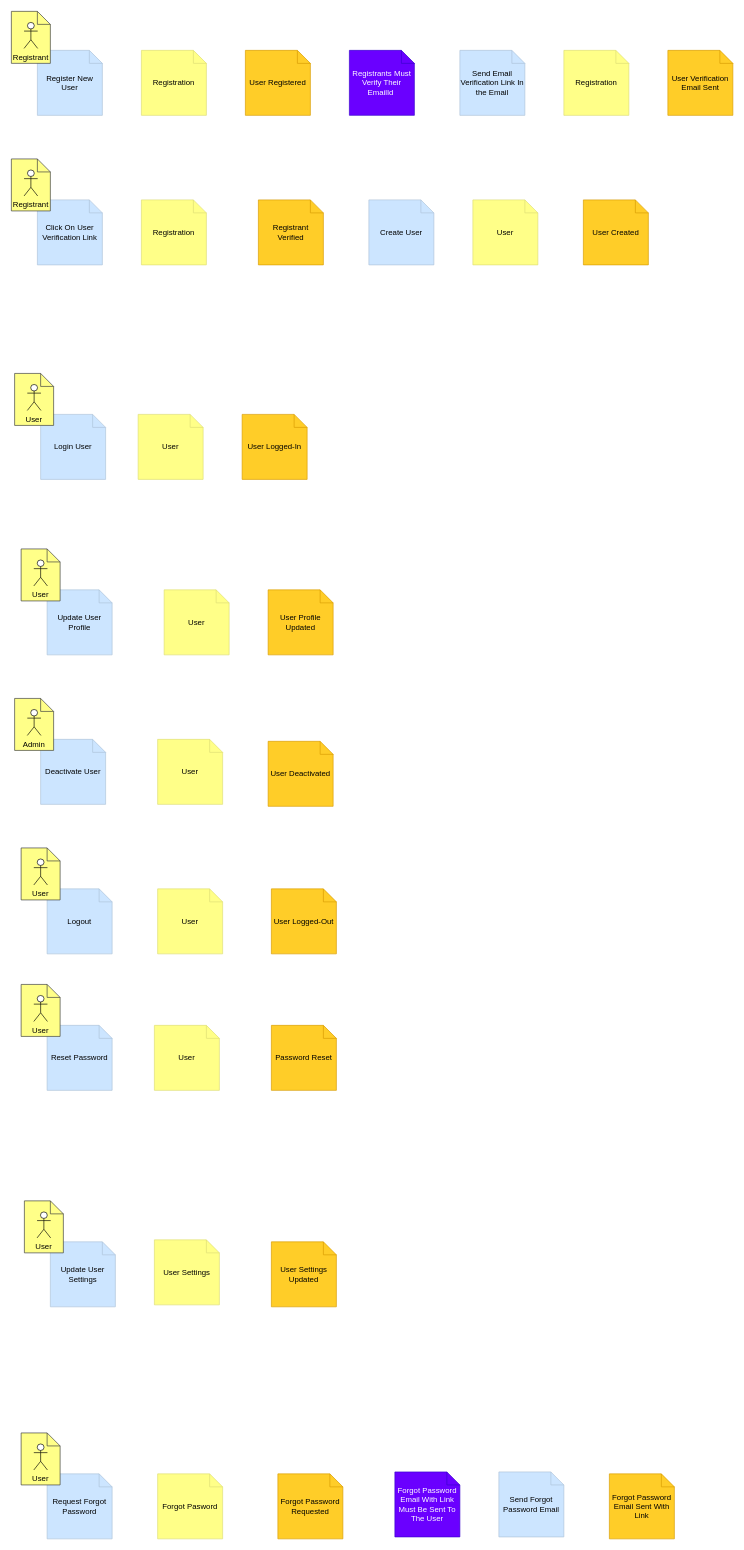
Above: page "IdentityAccess-DesignLevelEventStorming-Arranged" (4 of 4) of design/EventStorming.drawio in codefinity/oeuvre (draw.io), before the change. Source tidied: cells renumbered, new cells numbered last; positions are measured from the earlier drawing's top-left corner, leaving out a move shared by most shapes. Both pictures are drawn from the tidied source at 65%, with x=0, y=0 at pixel (11, 11).
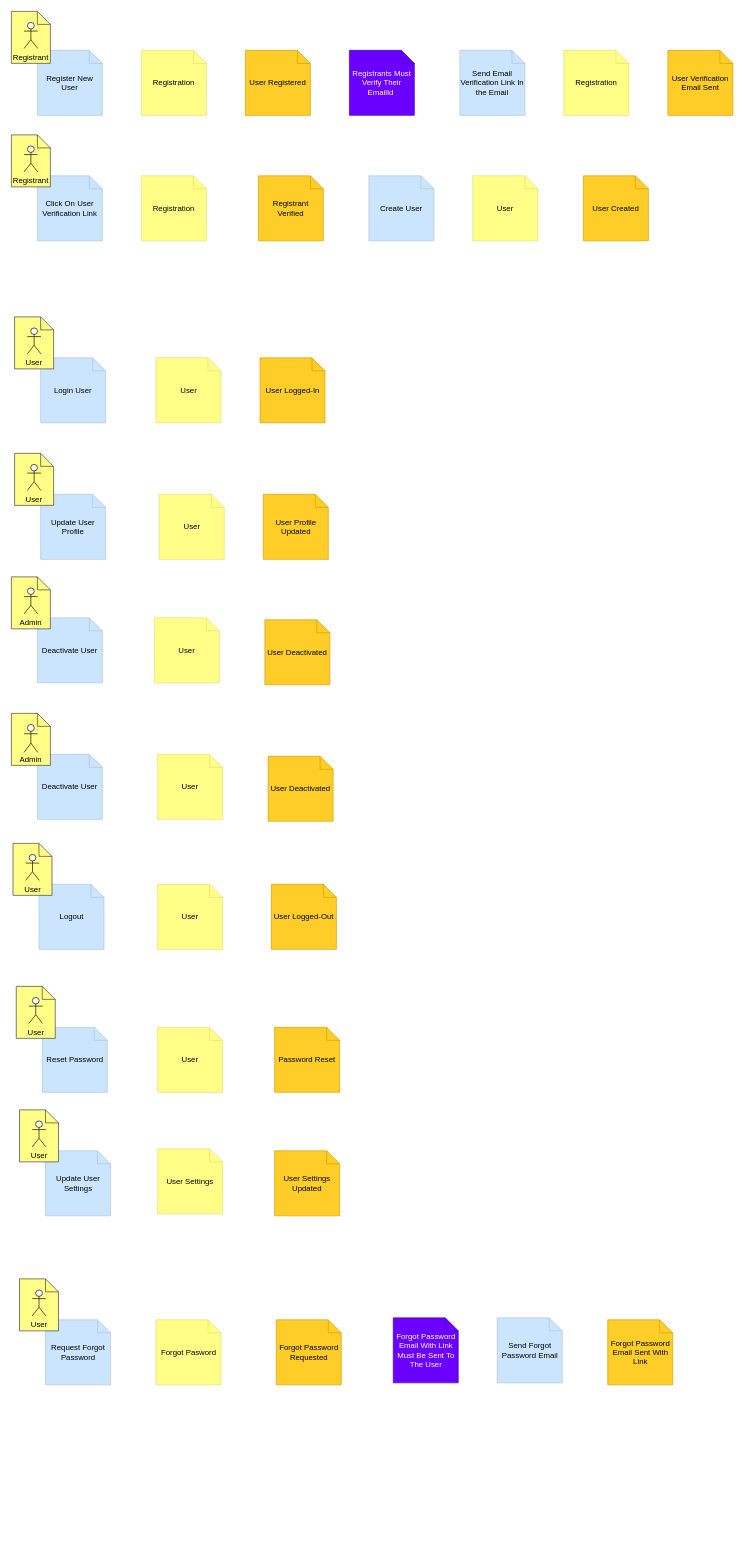
Above is the later version.

What changed in the source:
```diff
@@
     <mxCell id="4" value="Registrant Verified" style="shape=note;size=20;whiteSpace=wrap;html=1;fillColor=#ffcd28;strokeColor=#d79b00;" parent="1" vertex="1">
-      <mxGeometry x="380" y="290" width="100" height="100" as="geometry" />
+      <mxGeometry x="380" y="253" width="100" height="100" as="geometry" />
     </mxCell>
     <mxCell id="5" value="User Logged-In" style="shape=note;size=20;whiteSpace=wrap;html=1;fillColor=#ffcd28;strokeColor=#d79b00;" parent="1" vertex="1">
-      <mxGeometry x="355" y="620" width="100" height="100" as="geometry" />
+      <mxGeometry x="382.5" y="533" width="100" height="100" as="geometry" />
     </mxCell>
     <mxCell id="6" value="User Profile Updated" style="shape=note;size=20;whiteSpace=wrap;html=1;fillColor=#ffcd28;strokeColor=#d79b00;" parent="1" vertex="1">
-      <mxGeometry x="395" y="890" width="100" height="100" as="geometry" />
+      <mxGeometry x="387.5" y="743" width="100" height="100" as="geometry" />
     </mxCell>
     <mxCell id="7" value="User Settings Updated" style="shape=note;size=20;whiteSpace=wrap;html=1;fillColor=#ffcd28;strokeColor=#d79b00;" parent="1" vertex="1">
-      <mxGeometry x="400" y="1893" width="100" height="100" as="geometry" />
+      <mxGeometry x="405" y="1753" width="100" height="100" as="geometry" />
     </mxCell>
     <mxCell id="8" value="User Deactivated" style="shape=note;size=20;whiteSpace=wrap;html=1;fillColor=#ffcd28;strokeColor=#d79b00;" parent="1" vertex="1">
-      <mxGeometry x="395" y="1123" width="100" height="100" as="geometry" />
+      <mxGeometry x="390" y="936" width="100" height="100" as="geometry" />
     </mxCell>
     <mxCell id="9" value="Forgot Password Requested" style="shape=note;size=20;whiteSpace=wrap;html=1;fillColor=#ffcd28;strokeColor=#d79b00;" parent="1" vertex="1">
-      <mxGeometry x="410" y="2250" width="100" height="100" as="geometry" />
+      <mxGeometry x="407.5" y="2013" width="100" height="100" as="geometry" />
     </mxCell>
     <mxCell id="10" value="Forgot Password Email Sent With Link" style="shape=note;size=20;whiteSpace=wrap;html=1;fillColor=#ffcd28;strokeColor=#d79b00;" parent="1" vertex="1">
-      <mxGeometry x="920" y="2250" width="100" height="100" as="geometry" />
+      <mxGeometry x="917.5" y="2013" width="100" height="100" as="geometry" />
     </mxCell>
     <mxCell id="11" value="Password Reset" style="shape=note;size=20;whiteSpace=wrap;html=1;fillColor=#ffcd28;strokeColor=#d79b00;" parent="1" vertex="1">
-      <mxGeometry x="400" y="1560" width="100" height="100" as="geometry" />
+      <mxGeometry x="405" y="1563" width="100" height="100" as="geometry" />
     </mxCell>
@@
     <mxCell id="21" value="Click On User Verification Link" style="shape=note;size=20;whiteSpace=wrap;html=1;fillColor=#cce5ff;strokeColor=#ADC3D9;" parent="1" vertex="1">
-      <mxGeometry x="40" y="290" width="100" height="100" as="geometry" />
+      <mxGeometry x="40" y="253" width="100" height="100" as="geometry" />
     </mxCell>
     <mxCell id="22" style="group;fontStyle=0;" parent="1" vertex="1">
-      <mxGeometry y="227" width="60" height="80" as="geometry" />
+      <mxGeometry y="190" width="60" height="80" as="geometry" />
     </mxCell>
@@
     <mxCell id="26" value="Registration" style="shape=note;size=20;whiteSpace=wrap;html=1;fillColor=#ffff88;strokeColor=#DEDE76;" parent="1" vertex="1">
-      <mxGeometry x="200" y="290" width="100" height="100" as="geometry" />
+      <mxGeometry x="200" y="253" width="100" height="100" as="geometry" />
     </mxCell>
     <mxCell id="27" value="Create User" style="shape=note;size=20;whiteSpace=wrap;html=1;fillColor=#cce5ff;strokeColor=#ADC3D9;" parent="1" vertex="1">
-      <mxGeometry x="550" y="290" width="100" height="100" as="geometry" />
+      <mxGeometry x="550" y="253" width="100" height="100" as="geometry" />
     </mxCell>
     <mxCell id="28" value="User Created" style="shape=note;size=20;whiteSpace=wrap;html=1;fillColor=#ffcd28;strokeColor=#d79b00;" parent="1" vertex="1">
-      <mxGeometry x="880" y="290" width="100" height="100" as="geometry" />
+      <mxGeometry x="880" y="253" width="100" height="100" as="geometry" />
     </mxCell>
     <mxCell id="29" value="Login User" style="shape=note;size=20;whiteSpace=wrap;html=1;fillColor=#cce5ff;strokeColor=#ADC3D9;" parent="1" vertex="1">
-      <mxGeometry x="45" y="620" width="100" height="100" as="geometry" />
+      <mxGeometry x="45" y="533" width="100" height="100" as="geometry" />
     </mxCell>
     <mxCell id="30" style="group;fontStyle=0;" parent="1" vertex="1">
-      <mxGeometry x="5" y="557" width="60" height="80" as="geometry" />
+      <mxGeometry x="5" y="470" width="60" height="80" as="geometry" />
     </mxCell>
@@
     <mxCell id="34" value="User" style="shape=note;size=20;whiteSpace=wrap;html=1;fillColor=#ffff88;strokeColor=#DEDE76;" parent="1" vertex="1">
-      <mxGeometry x="710" y="290" width="100" height="100" as="geometry" />
+      <mxGeometry x="710" y="253" width="100" height="100" as="geometry" />
     </mxCell>
     <mxCell id="35" value="User" style="shape=note;size=20;whiteSpace=wrap;html=1;fillColor=#ffff88;strokeColor=#DEDE76;" parent="1" vertex="1">
-      <mxGeometry x="195" y="620" width="100" height="100" as="geometry" />
+      <mxGeometry x="222.5" y="533" width="100" height="100" as="geometry" />
     </mxCell>
     <mxCell id="36" value="User Logged-Out" style="shape=note;size=20;whiteSpace=wrap;html=1;fillColor=#ffcd28;strokeColor=#d79b00;" parent="1" vertex="1">
-      <mxGeometry x="400" y="1350" width="100" height="100" as="geometry" />
+      <mxGeometry x="400" y="1343" width="100" height="100" as="geometry" />
     </mxCell>
     <mxCell id="37" value="Logout" style="shape=note;size=20;whiteSpace=wrap;html=1;fillColor=#cce5ff;strokeColor=#ADC3D9;" parent="1" vertex="1">
-      <mxGeometry x="55" y="1350" width="100" height="100" as="geometry" />
+      <mxGeometry x="42.5" y="1343" width="100" height="100" as="geometry" />
     </mxCell>
     <mxCell id="38" style="group;fontStyle=0;" parent="1" vertex="1">
-      <mxGeometry x="15" y="1287" width="60" height="80" as="geometry" />
+      <mxGeometry x="2.5" y="1280" width="60" height="80" as="geometry" />
     </mxCell>
@@
     <mxCell id="42" value="User" style="shape=note;size=20;whiteSpace=wrap;html=1;fillColor=#ffff88;strokeColor=#DEDE76;" parent="1" vertex="1">
-      <mxGeometry x="225" y="1350" width="100" height="100" as="geometry" />
+      <mxGeometry x="225" y="1343" width="100" height="100" as="geometry" />
     </mxCell>
     <mxCell id="43" value="Update User Profile" style="shape=note;size=20;whiteSpace=wrap;html=1;fillColor=#cce5ff;strokeColor=#ADC3D9;" parent="1" vertex="1">
-      <mxGeometry x="55" y="890" width="100" height="100" as="geometry" />
+      <mxGeometry x="45" y="743" width="100" height="100" as="geometry" />
     </mxCell>
     <mxCell id="44" style="group;fontStyle=0;" parent="1" vertex="1">
-      <mxGeometry x="15" y="827" width="60" height="80" as="geometry" />
+      <mxGeometry x="5" y="680" width="60" height="80" as="geometry" />
     </mxCell>
@@
     <mxCell id="48" value="User" style="shape=note;size=20;whiteSpace=wrap;html=1;fillColor=#ffff88;strokeColor=#DEDE76;" parent="1" vertex="1">
-      <mxGeometry x="235" y="890" width="100" height="100" as="geometry" />
+      <mxGeometry x="227.5" y="743" width="100" height="100" as="geometry" />
     </mxCell>
     <mxCell id="49" value="Update User Settings" style="shape=note;size=20;whiteSpace=wrap;html=1;fillColor=#cce5ff;strokeColor=#ADC3D9;" parent="1" vertex="1">
-      <mxGeometry x="60" y="1893" width="100" height="100" as="geometry" />
+      <mxGeometry x="52.5" y="1753" width="100" height="100" as="geometry" />
     </mxCell>
     <mxCell id="50" style="group;fontStyle=0;" parent="1" vertex="1">
-      <mxGeometry x="20" y="1830" width="60" height="80" as="geometry" />
+      <mxGeometry x="12.5" y="1690" width="60" height="80" as="geometry" />
     </mxCell>
@@
     <mxCell id="54" value="User Settings" style="shape=note;size=20;whiteSpace=wrap;html=1;fillColor=#ffff88;strokeColor=#DEDE76;" parent="1" vertex="1">
-      <mxGeometry x="220" y="1890" width="100" height="100" as="geometry" />
+      <mxGeometry x="225" y="1750" width="100" height="100" as="geometry" />
     </mxCell>
     <mxCell id="55" value="Deactivate User" style="shape=note;size=20;whiteSpace=wrap;html=1;fillColor=#cce5ff;strokeColor=#ADC3D9;" parent="1" vertex="1">
-      <mxGeometry x="45" y="1120" width="100" height="100" as="geometry" />
+      <mxGeometry x="40" y="933" width="100" height="100" as="geometry" />
     </mxCell>
     <mxCell id="56" style="group;fontStyle=0;" parent="1" vertex="1">
-      <mxGeometry x="5" y="1057" width="60" height="80" as="geometry" />
+      <mxGeometry y="870" width="60" height="80" as="geometry" />
     </mxCell>
@@
     <mxCell id="60" value="User" style="shape=note;size=20;whiteSpace=wrap;html=1;fillColor=#ffff88;strokeColor=#DEDE76;" parent="1" vertex="1">
-      <mxGeometry x="225" y="1120" width="100" height="100" as="geometry" />
+      <mxGeometry x="220" y="933" width="100" height="100" as="geometry" />
     </mxCell>
     <mxCell id="61" value="Request Forgot Password" style="shape=note;size=20;whiteSpace=wrap;html=1;fillColor=#cce5ff;strokeColor=#ADC3D9;" parent="1" vertex="1">
-      <mxGeometry x="55" y="2250" width="100" height="100" as="geometry" />
+      <mxGeometry x="52.5" y="2013" width="100" height="100" as="geometry" />
     </mxCell>
     <mxCell id="62" style="group;fontStyle=0;" parent="1" vertex="1">
-      <mxGeometry x="15" y="2187" width="60" height="80" as="geometry" />
+      <mxGeometry x="12.5" y="1950" width="60" height="80" as="geometry" />
     </mxCell>
@@
     <mxCell id="66" value="Forgot Pasword" style="shape=note;size=20;whiteSpace=wrap;html=1;fillColor=#ffff88;strokeColor=#DEDE76;" parent="1" vertex="1">
-      <mxGeometry x="225" y="2250" width="100" height="100" as="geometry" />
+      <mxGeometry x="222.5" y="2013" width="100" height="100" as="geometry" />
     </mxCell>
     <mxCell id="67" value="Forgot Password Email With Link Must Be Sent To The User" style="shape=note;size=20;whiteSpace=wrap;html=1;fillColor=#6a00ff;strokeColor=#3700CC;fontColor=#ffffff;" parent="1" vertex="1">
-      <mxGeometry x="590" y="2247" width="100" height="100" as="geometry" />
+      <mxGeometry x="587.5" y="2010" width="100" height="100" as="geometry" />
     </mxCell>
     <mxCell id="68" value="Send Forgot Password Email" style="shape=note;size=20;whiteSpace=wrap;html=1;fillColor=#cce5ff;strokeColor=#ADC3D9;" parent="1" vertex="1">
-      <mxGeometry x="750" y="2247" width="100" height="100" as="geometry" />
+      <mxGeometry x="747.5" y="2010" width="100" height="100" as="geometry" />
     </mxCell>
     <mxCell id="69" value="Reset Password" style="shape=note;size=20;whiteSpace=wrap;html=1;fillColor=#cce5ff;strokeColor=#ADC3D9;" parent="1" vertex="1">
-      <mxGeometry x="55" y="1560" width="100" height="100" as="geometry" />
+      <mxGeometry x="47.5" y="1563" width="100" height="100" as="geometry" />
     </mxCell>
     <mxCell id="70" style="group;fontStyle=0;" parent="1" vertex="1">
-      <mxGeometry x="15" y="1497" width="60" height="80" as="geometry" />
+      <mxGeometry x="7.5" y="1500" width="60" height="80" as="geometry" />
     </mxCell>
@@
     <mxCell id="74" value="User" style="shape=note;size=20;whiteSpace=wrap;html=1;fillColor=#ffff88;strokeColor=#DEDE76;" parent="1" vertex="1">
-      <mxGeometry x="220" y="1560" width="100" height="100" as="geometry" />
+      <mxGeometry x="225" y="1563" width="100" height="100" as="geometry" />
     </mxCell>
+    <mxCell id="75" value="User Deactivated" style="shape=note;size=20;whiteSpace=wrap;html=1;fillColor=#ffcd28;strokeColor=#d79b00;" parent="1" vertex="1">
+      <mxGeometry x="395" y="1146" width="100" height="100" as="geometry" />
+    </mxCell>
+    <mxCell id="76" value="Deactivate User" style="shape=note;size=20;whiteSpace=wrap;html=1;fillColor=#cce5ff;strokeColor=#ADC3D9;" parent="1" vertex="1">
+      <mxGeometry x="40" y="1143" width="100" height="100" as="geometry" />
+    </mxCell>
+    <mxCell id="77" style="group;fontStyle=0;" parent="1" vertex="1">
+      <mxGeometry y="1080" width="60" height="80" as="geometry" />
+    </mxCell>
+    <mxCell id="78" style="group;" parent="77" vertex="1">
+      <mxGeometry width="60" height="80" as="geometry" />
+    </mxCell>
+    <mxCell id="79" value="Admin" style="shape=note;size=20;whiteSpace=wrap;html=1;fillColor=#ffff88;strokeColor=#36393d;verticalAlign=bottom;" parent="78" vertex="1">
+      <mxGeometry width="60" height="80" as="geometry" />
+    </mxCell>
+    <mxCell id="80" style="shape=umlActor;verticalLabelPosition=bottom;verticalAlign=top;html=1;" parent="78" vertex="1">
+      <mxGeometry x="19.5" y="17" width="21" height="43" as="geometry" />
+    </mxCell>
+    <mxCell id="81" value="User" style="shape=note;size=20;whiteSpace=wrap;html=1;fillColor=#ffff88;strokeColor=#DEDE76;" parent="1" vertex="1">
+      <mxGeometry x="225" y="1143" width="100" height="100" as="geometry" />
+    </mxCell>
```
